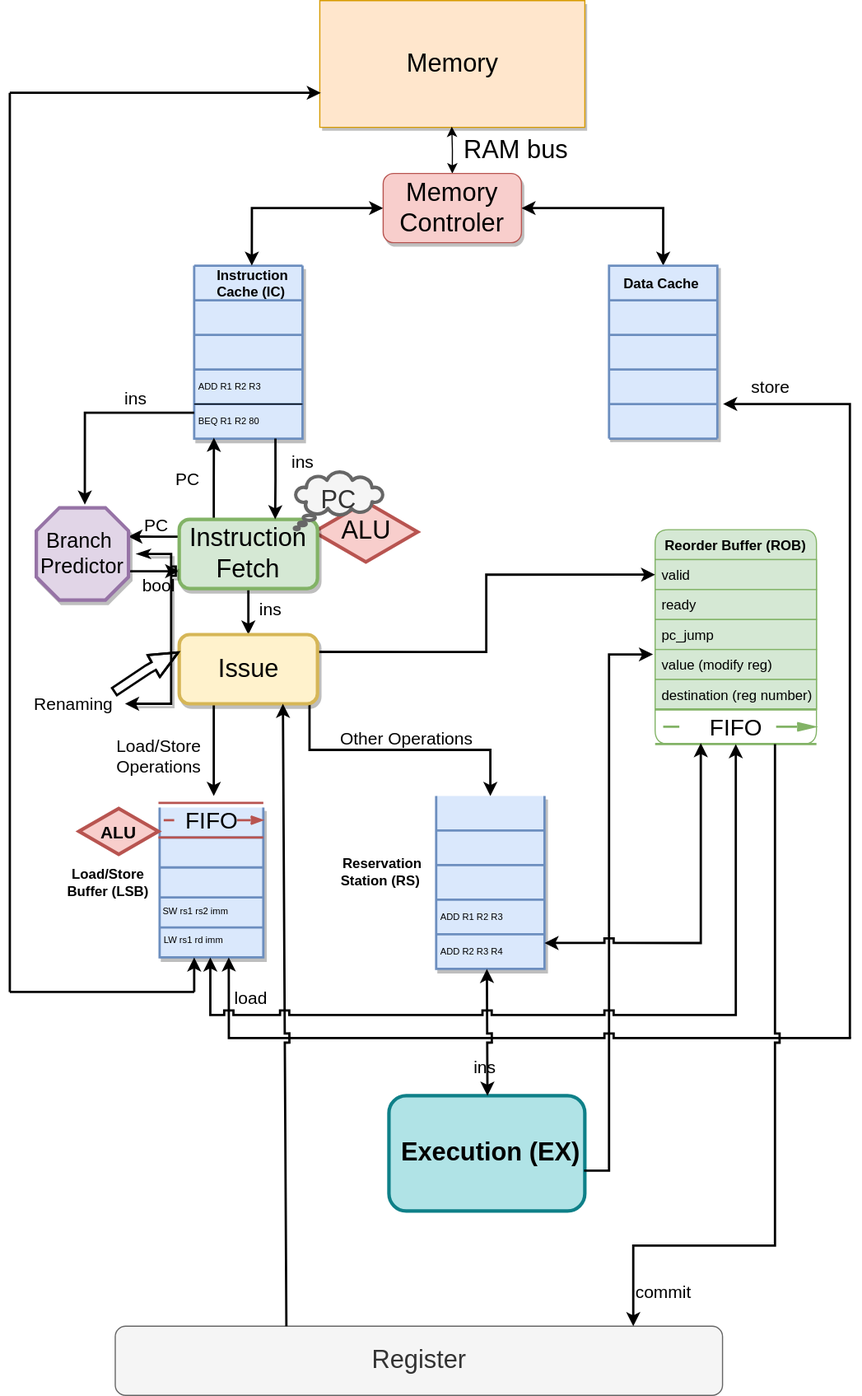
Before: design.svg, a diagram exported from draw.io (Vexoben/RISCV-CPU-for-Course). Source tidied: cells renumbered, new cells last; positions are measured from the earlier drawing's top-left corner, leaving out a move shared by most shapes.
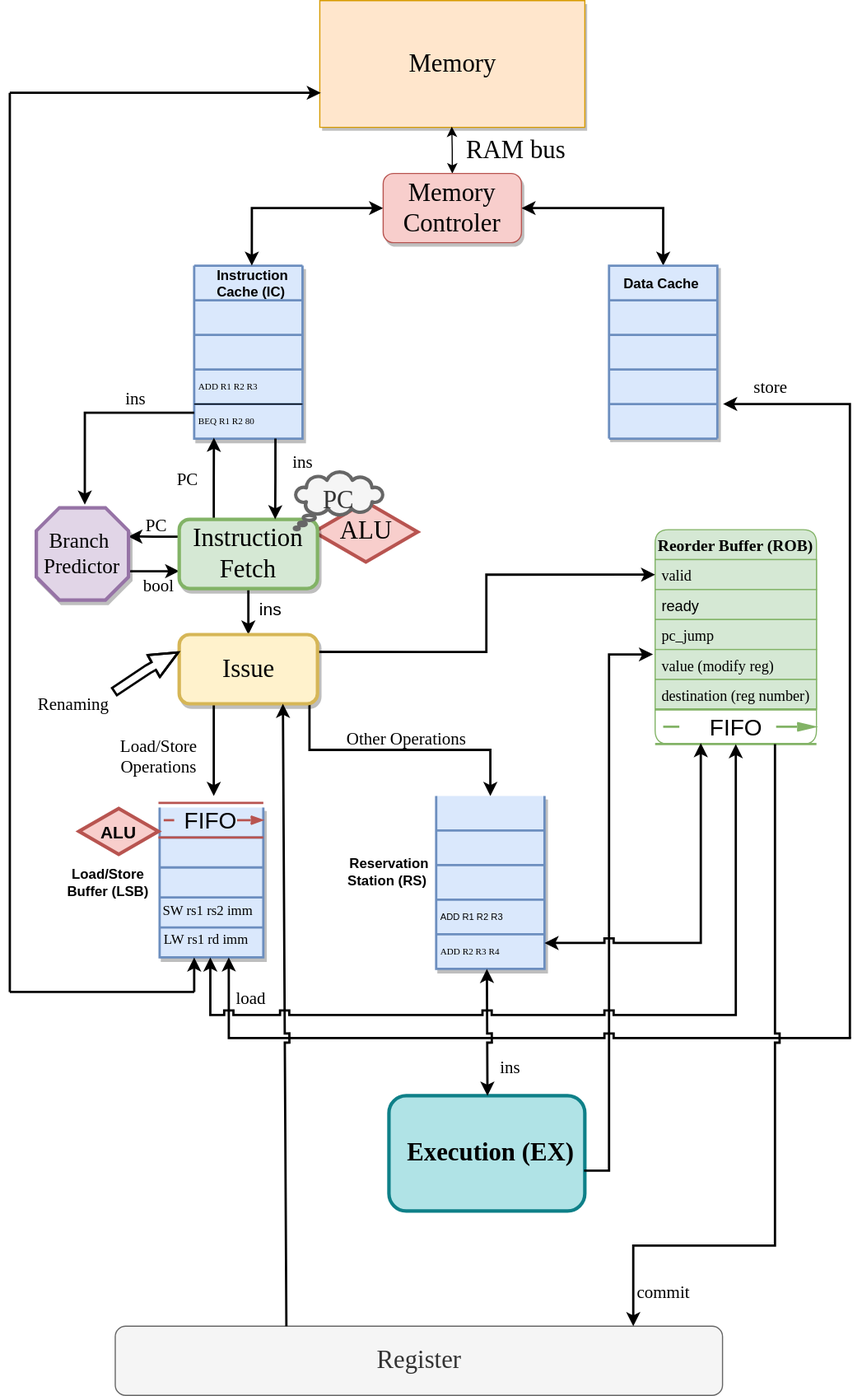
The same diagram one commit later.

Change to the diagram source:
```diff
@@ -7,6 +7,6 @@
     </mxCell>
-    <mxCell id="3" style="strokeWidth=2;html=1;shape=mxgraph.lean_mapping.data_box;html=1;rotation=-180;fillColor=#dae8fc;strokeColor=#6c8ebf;shadow=1;" parent="1" vertex="1">
+    <mxCell id="3" style="strokeWidth=2;html=1;shape=mxgraph.lean_mapping.data_box;html=1;rotation=-180;fillColor=#dae8fc;strokeColor=#6c8ebf;shadow=1;fontFamily=Times New Roman;" parent="1" vertex="1">
       <mxGeometry x="160" y="230" width="94" height="150" as="geometry" />
     </mxCell>
-    <mxCell id="4" value="ADD R1 R2 R3" style="text;fontSize=8;spacingLeft=2;verticalAlign=middle;html=1;rotation=0;" parent="3" vertex="1">
+    <mxCell id="4" value="ADD R1 R2 R3" style="text;fontSize=8;spacingLeft=2;verticalAlign=middle;html=1;rotation=0;fontFamily=Times New Roman;" parent="3" vertex="1">
       <mxGeometry y="90" width="94" height="30" as="geometry" />
@@ -16,3 +16,3 @@
     </mxCell>
-    <mxCell id="6" value="BEQ R1 R2 80" style="text;fontSize=8;spacingLeft=2;verticalAlign=middle;html=1;rotation=0;" parent="3" vertex="1">
+    <mxCell id="6" value="BEQ R1 R2 80" style="text;fontSize=8;spacingLeft=2;verticalAlign=middle;html=1;rotation=0;fontFamily=Times New Roman;" parent="3" vertex="1">
       <mxGeometry y="120" width="94" height="30" as="geometry" />
@@ -25,18 +25,18 @@
     </mxCell>
-    <mxCell id="9" value="Reorder Buffer (ROB)" style="swimlane;fontStyle=1;horizontal=1;startSize=26;fillColor=#d5e8d4;strokeColor=#82b366;rounded=1;" parent="1" vertex="1">
+    <mxCell id="9" value="Reorder Buffer (ROB)" style="swimlane;fontStyle=1;horizontal=1;startSize=26;fillColor=#d5e8d4;strokeColor=#82b366;rounded=1;fontFamily=Times New Roman;fontSize=14;" parent="1" vertex="1">
       <mxGeometry x="560" y="458.9" width="140" height="186" as="geometry" />
     </mxCell>
-    <mxCell id="10" value="valid" style="text;strokeColor=#82b366;fillColor=#d5e8d4;align=left;verticalAlign=top;spacingLeft=4;spacingRight=4;overflow=hidden;points=[[0,0.5],[1,0.5]];portConstraint=eastwest;" parent="9" vertex="1">
+    <mxCell id="10" value="valid" style="text;strokeColor=#82b366;fillColor=#d5e8d4;align=left;verticalAlign=top;spacingLeft=4;spacingRight=4;overflow=hidden;points=[[0,0.5],[1,0.5]];portConstraint=eastwest;fontFamily=Times New Roman;fontSize=13;" parent="9" vertex="1">
       <mxGeometry y="26" width="140" height="26" as="geometry" />
     </mxCell>
-    <mxCell id="11" value="ready" style="text;strokeColor=#82b366;fillColor=#d5e8d4;align=left;verticalAlign=top;spacingLeft=4;spacingRight=4;overflow=hidden;" parent="9" vertex="1">
+    <mxCell id="11" value="ready" style="text;strokeColor=#82b366;fillColor=#d5e8d4;align=left;verticalAlign=top;spacingLeft=4;spacingRight=4;overflow=hidden;fontSize=13;" parent="9" vertex="1">
       <mxGeometry y="52" width="140" height="26" as="geometry" />
     </mxCell>
-    <mxCell id="12" value="pc_jump" style="text;strokeColor=#82b366;fillColor=#d5e8d4;align=left;verticalAlign=top;spacingLeft=4;spacingRight=4;overflow=hidden;" parent="9" vertex="1">
+    <mxCell id="12" value="pc_jump" style="text;strokeColor=#82b366;fillColor=#d5e8d4;align=left;verticalAlign=top;spacingLeft=4;spacingRight=4;overflow=hidden;fontFamily=Times New Roman;fontSize=13;" parent="9" vertex="1">
       <mxGeometry y="78" width="140" height="26" as="geometry" />
     </mxCell>
-    <mxCell id="13" value="value (modify reg)" style="text;strokeColor=#82b366;fillColor=#d5e8d4;align=left;verticalAlign=top;spacingLeft=4;spacingRight=4;overflow=hidden;points=[[0,0.5],[1,0.5]];portConstraint=eastwest;" parent="9" vertex="1">
+    <mxCell id="13" value="value (modify reg)" style="text;strokeColor=#82b366;fillColor=#d5e8d4;align=left;verticalAlign=top;spacingLeft=4;spacingRight=4;overflow=hidden;points=[[0,0.5],[1,0.5]];portConstraint=eastwest;fontFamily=Times New Roman;fontSize=13;" parent="9" vertex="1">
       <mxGeometry y="104" width="140" height="26" as="geometry" />
     </mxCell>
-    <mxCell id="14" value="destination (reg number)" style="text;strokeColor=#82b366;fillColor=#d5e8d4;align=left;verticalAlign=top;spacingLeft=4;spacingRight=4;overflow=hidden;" parent="9" vertex="1">
+    <mxCell id="14" value="destination (reg number)" style="text;strokeColor=#82b366;fillColor=#d5e8d4;align=left;verticalAlign=top;spacingLeft=4;spacingRight=4;overflow=hidden;fontFamily=Times New Roman;fontSize=13;" parent="9" vertex="1">
       <mxGeometry y="130" width="140" height="26" as="geometry" />
@@ -49,3 +49,3 @@
     </mxCell>
-    <mxCell id="17" value="&lt;font style=&quot;font-size: 22px;&quot;&gt;Memory&lt;/font&gt;" style="text;html=1;align=center;verticalAlign=middle;strokeColor=none;fillColor=none;" parent="1" vertex="1">
+    <mxCell id="17" value="&lt;font style=&quot;font-size: 22px;&quot;&gt;Memory&lt;/font&gt;" style="text;html=1;align=center;verticalAlign=middle;strokeColor=none;fillColor=none;fontFamily=Times New Roman;" parent="1" vertex="1">
       <mxGeometry x="334" y="35" width="100" height="40" as="geometry" />
@@ -58,3 +58,3 @@
     </mxCell>
-    <mxCell id="20" value="LW rs1 rd imm" style="text;fontSize=8;spacingLeft=2;verticalAlign=middle;html=1;rotation=0;" parent="1" vertex="1">
+    <mxCell id="20" value="LW rs1 rd imm" style="text;fontSize=12;spacingLeft=2;verticalAlign=middle;html=1;rotation=0;fontFamily=Times New Roman;" parent="1" vertex="1">
       <mxGeometry x="130" y="800" width="94" height="30" as="geometry" />
@@ -66,3 +66,3 @@
     </mxCell>
-    <mxCell id="22" value="SW rs1 rs2 imm" style="text;fontSize=8;spacingLeft=2;verticalAlign=middle;html=1;rotation=0;" parent="1" vertex="1">
+    <mxCell id="22" value="SW rs1 rs2 imm" style="text;fontSize=12;spacingLeft=2;verticalAlign=middle;html=1;rotation=0;fontFamily=Times New Roman;" parent="1" vertex="1">
       <mxGeometry x="129" y="775" width="94" height="30" as="geometry" />
@@ -95,6 +95,6 @@
     </mxCell>
-    <mxCell id="27" style="strokeWidth=2;html=1;shape=mxgraph.lean_mapping.data_box;html=1;rotation=-180;fillColor=#dae8fc;strokeColor=#6c8ebf;shadow=1;" parent="1" vertex="1">
+    <mxCell id="27" style="strokeWidth=2;html=1;shape=mxgraph.lean_mapping.data_box;html=1;rotation=-180;fillColor=#dae8fc;strokeColor=#6c8ebf;shadow=1;fontFamily=Times New Roman;" parent="1" vertex="1">
       <mxGeometry x="370" y="690" width="94" height="150" as="geometry" />
     </mxCell>
-    <mxCell id="28" value="ADD R2 R3 R4" style="text;fontSize=8;spacingLeft=2;verticalAlign=middle;html=1;rotation=0;" parent="27" vertex="1">
+    <mxCell id="28" value="ADD R2 R3 R4" style="text;fontSize=8;spacingLeft=2;verticalAlign=middle;html=1;rotation=0;fontFamily=Times New Roman;" parent="27" vertex="1">
       <mxGeometry y="120" width="94" height="30" as="geometry" />
@@ -105,9 +105,9 @@
     <mxCell id="30" value="Reservation&lt;br&gt;Station (RS)&amp;nbsp;" style="text;html=1;align=center;verticalAlign=middle;strokeColor=none;fillColor=none;fontStyle=1;" parent="1" vertex="1">
-      <mxGeometry x="273" y="735.7" width="100" height="40" as="geometry" />
+      <mxGeometry x="279" y="735.7" width="100" height="40" as="geometry" />
     </mxCell>
-    <mxCell id="31" value="Load/Store&lt;br style=&quot;font-size: 15px;&quot;&gt;Operations" style="text;html=1;align=center;verticalAlign=middle;strokeColor=none;fillColor=none;fontSize=15;" parent="1" vertex="1">
-      <mxGeometry x="79" y="630" width="100" height="50" as="geometry" />
+    <mxCell id="31" value="Load/Store&lt;br style=&quot;font-size: 15px;&quot;&gt;Operations" style="text;html=1;align=center;verticalAlign=middle;strokeColor=none;fillColor=none;fontSize=15;fontFamily=Times New Roman;" parent="1" vertex="1">
+      <mxGeometry x="84" y="630" width="90" height="50" as="geometry" />
     </mxCell>
-    <mxCell id="32" value="Other Operations" style="text;html=1;align=center;verticalAlign=middle;strokeColor=none;fillColor=none;fontSize=15;" parent="1" vertex="1">
-      <mxGeometry x="274" y="625" width="140" height="30" as="geometry" />
+    <mxCell id="32" value="Other Operations" style="text;html=1;align=center;verticalAlign=middle;strokeColor=none;fillColor=none;fontSize=15;fontFamily=Times New Roman;" parent="1" vertex="1">
+      <mxGeometry x="279" y="625" width="130" height="30" as="geometry" />
     </mxCell>
@@ -122,3 +122,3 @@
     </mxCell>
-    <mxCell id="36" value="Memory&lt;br&gt;Controler" style="rounded=1;whiteSpace=wrap;html=1;fontSize=22;fillColor=#f8cecc;strokeColor=#b85450;shadow=1;" parent="1" vertex="1">
+    <mxCell id="36" value="Memory&lt;br&gt;Controler" style="rounded=1;whiteSpace=wrap;html=1;fontSize=22;fillColor=#f8cecc;strokeColor=#b85450;shadow=1;fontFamily=Times New Roman;" parent="1" vertex="1">
       <mxGeometry x="324" y="150" width="120" height="60" as="geometry" />
@@ -128,6 +128,6 @@
     </mxCell>
-    <mxCell id="38" value="Register" style="rounded=1;whiteSpace=wrap;html=1;fontSize=22;fillColor=#f5f5f5;fontColor=#333333;strokeColor=#666666;" parent="1" vertex="1">
+    <mxCell id="38" value="Register" style="rounded=1;whiteSpace=wrap;html=1;fontSize=22;fillColor=#f5f5f5;fontColor=#333333;strokeColor=#666666;fontFamily=Times New Roman;" parent="1" vertex="1">
       <mxGeometry x="91.5" y="1150" width="527" height="60" as="geometry" />
     </mxCell>
-    <mxCell id="39" value="RAM bus" style="text;html=1;align=center;verticalAlign=middle;strokeColor=none;fillColor=none;fontSize=22;" parent="1" vertex="1">
+    <mxCell id="39" value="RAM bus" style="text;html=1;align=center;verticalAlign=middle;strokeColor=none;fillColor=none;fontSize=22;fontFamily=Times New Roman;" parent="1" vertex="1">
       <mxGeometry x="384" y="110" width="110" height="40" as="geometry" />
@@ -173,6 +173,6 @@
     </mxCell>
-    <mxCell id="49" value="Instruction&lt;br&gt;Fetch" style="rounded=1;whiteSpace=wrap;html=1;strokeWidth=3;fontSize=22;fillColor=#d5e8d4;strokeColor=#82b366;shadow=1;" parent="1" vertex="1">
+    <mxCell id="49" value="Instruction&lt;br&gt;Fetch" style="rounded=1;whiteSpace=wrap;html=1;strokeWidth=3;fontSize=22;fillColor=#d5e8d4;strokeColor=#82b366;shadow=1;fontFamily=Times New Roman;" parent="1" vertex="1">
       <mxGeometry x="147" y="450" width="120" height="60" as="geometry" />
     </mxCell>
-    <mxCell id="50" value="PC" style="whiteSpace=wrap;html=1;shape=mxgraph.basic.cloud_callout;strokeWidth=3;fontSize=22;fillColor=#f5f5f5;fontColor=#333333;strokeColor=#666666;" parent="1" vertex="1">
+    <mxCell id="50" value="PC" style="whiteSpace=wrap;html=1;shape=mxgraph.basic.cloud_callout;strokeWidth=3;fontSize=22;fillColor=#f5f5f5;fontColor=#333333;strokeColor=#666666;fontFamily=Times New Roman;" parent="1" vertex="1">
       <mxGeometry x="247" y="408.9" width="77" height="50" as="geometry" />
@@ -182,6 +182,6 @@
     </mxCell>
-    <mxCell id="52" value="ins" style="text;html=1;align=center;verticalAlign=middle;strokeColor=none;fillColor=none;fontSize=15;" parent="1" vertex="1">
+    <mxCell id="52" value="ins" style="text;html=1;align=center;verticalAlign=middle;strokeColor=none;fillColor=none;fontSize=15;fontFamily=Times New Roman;" parent="1" vertex="1">
       <mxGeometry x="234" y="385" width="40" height="30" as="geometry" />
     </mxCell>
-    <mxCell id="53" value="&lt;font style=&quot;font-size: 15px;&quot;&gt;PC&lt;/font&gt;" style="text;html=1;align=center;verticalAlign=middle;strokeColor=none;fillColor=none;fontSize=22;" parent="1" vertex="1">
+    <mxCell id="53" value="&lt;font style=&quot;font-size: 15px;&quot;&gt;PC&lt;/font&gt;" style="text;html=1;align=center;verticalAlign=middle;strokeColor=none;fillColor=none;fontSize=22;fontFamily=Times New Roman;" parent="1" vertex="1">
       <mxGeometry x="134" y="393.9" width="40" height="40" as="geometry" />
@@ -191,12 +191,9 @@
     </mxCell>
-    <mxCell id="55" style="edgeStyle=entityRelationEdgeStyle;rounded=0;jumpStyle=sharp;jettySize=auto;html=1;shadow=1;strokeColor=#000000;strokeWidth=2;fontSize=15;fontColor=#000000;startArrow=classicThin;startFill=1;endArrow=classic;endFill=1;elbow=vertical;" parent="1" edge="1" source="56" target="74">
-      <mxGeometry relative="1" as="geometry" />
-    </mxCell>
-    <mxCell id="56" value="Branch&lt;br style=&quot;font-size: 18px;&quot;&gt;&amp;nbsp;Predictor" style="text;html=1;align=center;verticalAlign=middle;points=[];strokeColor=none;fillColor=none;fontSize=18;shadow=1;" parent="1" vertex="1">
-      <mxGeometry x="10" y="450" width="100" height="60" as="geometry" />
+    <mxCell id="56" value="Branch&lt;br style=&quot;font-size: 18px;&quot;&gt;&amp;nbsp;Predictor" style="text;html=1;align=center;verticalAlign=middle;points=[];strokeColor=none;fillColor=none;fontSize=18;shadow=1;fontFamily=Times New Roman;" parent="1" vertex="1">
+      <mxGeometry x="15" y="450" width="90" height="60" as="geometry" />
     </mxCell>
-    <mxCell id="57" value="&lt;font style=&quot;font-size: 15px;&quot;&gt;PC&lt;/font&gt;" style="text;html=1;align=center;verticalAlign=middle;strokeColor=none;fillColor=none;fontSize=22;" parent="1" vertex="1">
+    <mxCell id="57" value="&lt;font style=&quot;font-size: 15px;&quot;&gt;PC&lt;/font&gt;" style="text;html=1;align=center;verticalAlign=middle;strokeColor=none;fillColor=none;fontSize=22;fontFamily=Times New Roman;" parent="1" vertex="1">
       <mxGeometry x="107" y="433.9" width="40" height="40" as="geometry" />
     </mxCell>
-    <mxCell id="58" value="bool" style="text;html=1;align=center;verticalAlign=middle;strokeColor=none;fillColor=none;fontSize=15;fontColor=#000000;" parent="1" vertex="1">
+    <mxCell id="58" value="bool" style="text;html=1;align=center;verticalAlign=middle;strokeColor=none;fillColor=none;fontSize=15;fontColor=#000000;fontFamily=Times New Roman;" parent="1" vertex="1">
       <mxGeometry x="104" y="492" width="50" height="30" as="geometry" />
@@ -206,3 +203,3 @@
     </mxCell>
-    <mxCell id="60" value="ins" style="text;html=1;align=center;verticalAlign=middle;strokeColor=none;fillColor=none;fontSize=15;" parent="1" vertex="1">
+    <mxCell id="60" value="ins" style="text;html=1;align=center;verticalAlign=middle;strokeColor=none;fillColor=none;fontSize=15;fontFamily=Times New Roman;" parent="1" vertex="1">
       <mxGeometry x="89" y="330" width="40" height="30" as="geometry" />
@@ -229,4 +226,4 @@
     </mxCell>
-    <mxCell id="65" value="Issue" style="text;html=1;align=center;verticalAlign=middle;strokeColor=none;fillColor=none;fontSize=22;fontColor=#000000;" parent="1" vertex="1">
-      <mxGeometry x="167" y="560" width="80" height="40" as="geometry" />
+    <mxCell id="65" value="Issue" style="text;html=1;align=center;verticalAlign=middle;strokeColor=none;fillColor=none;fontSize=22;fontColor=#000000;fontFamily=Times New Roman;" parent="1" vertex="1">
+      <mxGeometry x="172" y="560" width="70" height="40" as="geometry" />
     </mxCell>
@@ -235,3 +232,3 @@
     </mxCell>
-    <mxCell id="67" value="ALU" style="text;html=1;align=center;verticalAlign=middle;strokeColor=none;fillColor=none;fontSize=22;fontColor=#000000;" parent="1" vertex="1">
+    <mxCell id="67" value="ALU" style="text;html=1;align=center;verticalAlign=middle;strokeColor=none;fillColor=none;fontSize=22;fontColor=#000000;fontFamily=Times New Roman;" parent="1" vertex="1">
       <mxGeometry x="274" y="440" width="70" height="40" as="geometry" />
@@ -247,7 +244,7 @@
     </mxCell>
-    <mxCell id="71" value="Execution (EX)" style="text;html=1;align=center;verticalAlign=middle;strokeColor=none;fillColor=none;fontStyle=1;fontSize=22;" parent="1" vertex="1">
-      <mxGeometry x="327" y="980" width="180" height="40" as="geometry" />
+    <mxCell id="71" value="Execution (EX)" style="text;html=1;align=center;verticalAlign=middle;strokeColor=none;fillColor=none;fontStyle=1;fontSize=22;fontFamily=Times New Roman;" parent="1" vertex="1">
+      <mxGeometry x="332" y="980" width="170" height="40" as="geometry" />
     </mxCell>
-    <mxCell id="72" value="ins" style="text;html=1;align=center;verticalAlign=middle;strokeColor=none;fillColor=none;fontSize=15;" parent="1" vertex="1">
-      <mxGeometry x="392" y="910" width="40" height="30" as="geometry" />
+    <mxCell id="72" value="ins" style="text;html=1;align=center;verticalAlign=middle;strokeColor=none;fillColor=none;fontSize=15;fontFamily=Times New Roman;" parent="1" vertex="1">
+      <mxGeometry x="414" y="910" width="40" height="30" as="geometry" />
     </mxCell>
@@ -261,3 +258,3 @@
     </mxCell>
-    <mxCell id="74" value="Renaming" style="text;html=1;align=center;verticalAlign=middle;points=[];strokeColor=none;fillColor=none;fontSize=15;fontColor=#000000;" parent="1" vertex="1">
+    <mxCell id="74" value="Renaming" style="text;html=1;align=center;verticalAlign=middle;points=[];strokeColor=none;fillColor=none;fontSize=15;fontColor=#000000;fontFamily=Times New Roman;" parent="1" vertex="1">
       <mxGeometry x="10" y="595" width="90" height="30" as="geometry" />
@@ -299,6 +296,6 @@
     </mxCell>
-    <mxCell id="81" value="store" style="text;html=1;align=center;verticalAlign=middle;strokeColor=none;fillColor=none;fontSize=15;fontColor=#000000;" parent="1" vertex="1">
-      <mxGeometry x="630" y="320" width="60" height="30" as="geometry" />
+    <mxCell id="81" value="store" style="text;html=1;align=center;verticalAlign=middle;strokeColor=none;fillColor=none;fontSize=15;fontColor=#000000;fontFamily=Times New Roman;" parent="1" vertex="1">
+      <mxGeometry x="635" y="320" width="50" height="30" as="geometry" />
     </mxCell>
-    <mxCell id="82" value="load" style="text;html=1;align=center;verticalAlign=middle;strokeColor=none;fillColor=none;fontSize=15;fontColor=#000000;" parent="1" vertex="1">
+    <mxCell id="82" value="load" style="text;html=1;align=center;verticalAlign=middle;strokeColor=none;fillColor=none;fontSize=15;fontColor=#000000;fontFamily=Times New Roman;" parent="1" vertex="1">
       <mxGeometry x="184" y="850" width="50" height="30" as="geometry" />
@@ -313,3 +310,3 @@
     </mxCell>
-    <mxCell id="84" value="commit" style="text;html=1;align=center;verticalAlign=middle;strokeColor=none;fillColor=none;fontSize=15;fontColor=#000000;" parent="1" vertex="1">
+    <mxCell id="84" value="commit" style="text;html=1;align=center;verticalAlign=middle;strokeColor=none;fillColor=none;fontSize=15;fontColor=#000000;fontFamily=Times New Roman;" parent="1" vertex="1">
       <mxGeometry x="532" y="1105" width="70" height="30" as="geometry" />
```
